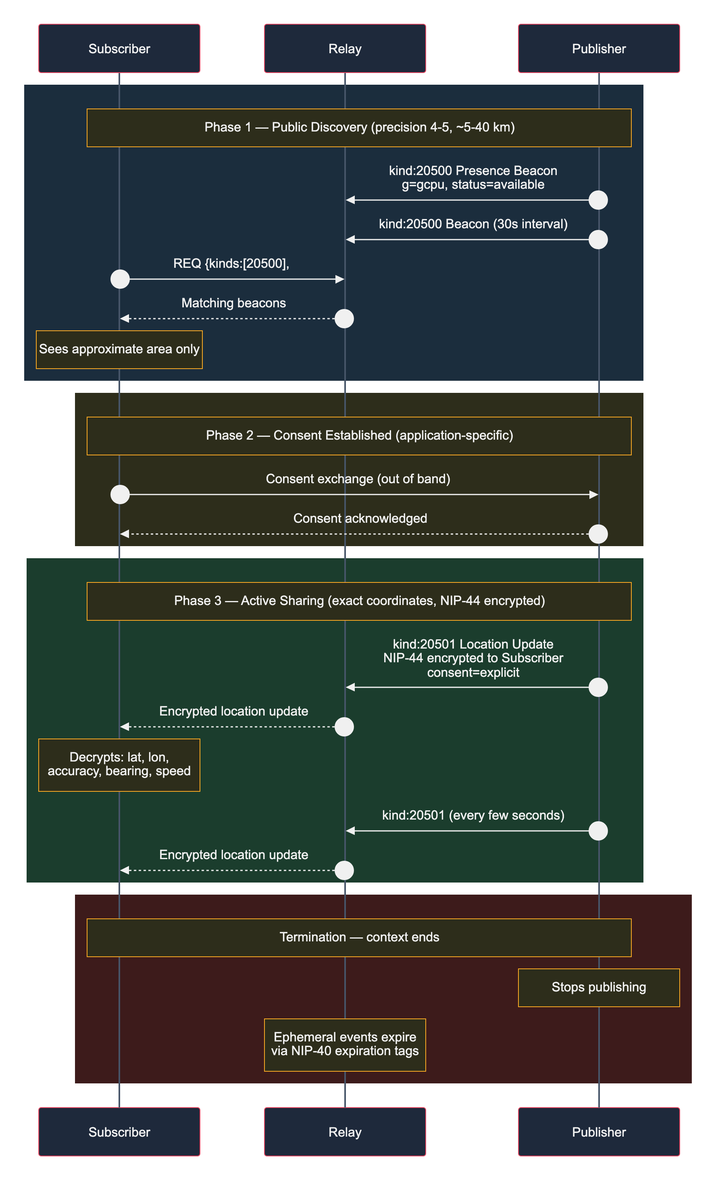
Earlier version of the Mermaid export images/location-1-progressive-reveal.png (forgesworn/nip-drafts). Its source is kept beside it as images/location-1-progressive-reveal.mmd. The source it was exported from:
```mermaid
sequenceDiagram
    autonumber
    participant S as Subscriber
    participant R as Relay
    participant P as Publisher

    rect rgb(27, 45, 61)
        Note over S,P: Phase 1 — Public Discovery (precision 4-5, ~5-40 km)
        P->>R: kind:20500 Presence Beacon<br/>g=gcpu, status=available
        P->>R: kind:20500 Beacon (30s interval)
        S->>R: REQ {kinds:[20500], #g:[9-cell neighbours]}
        R-->>S: Matching beacons
        Note over S: Sees approximate area only
    end

    rect rgb(45, 45, 27)
        Note over S,P: Phase 2 — Consent Established (application-specific)
        S->>P: Consent exchange (out of band)
        P-->>S: Consent acknowledged
    end

    rect rgb(27, 61, 45)
        Note over S,P: Phase 3 — Active Sharing (exact coordinates, NIP-44 encrypted)
        P->>R: kind:20501 Location Update<br/>NIP-44 encrypted to Subscriber<br/>consent=explicit
        R-->>S: Encrypted location update
        Note over S: Decrypts: lat, lon,<br/>accuracy, bearing, speed
        P->>R: kind:20501 (every few seconds)
        R-->>S: Encrypted location update
    end

    rect rgb(61, 27, 27)
        Note over S,P: Termination — context ends
        Note over P: Stops publishing
        Note over R: Ephemeral events expire<br/>via NIP-40 expiration tags
    end
```
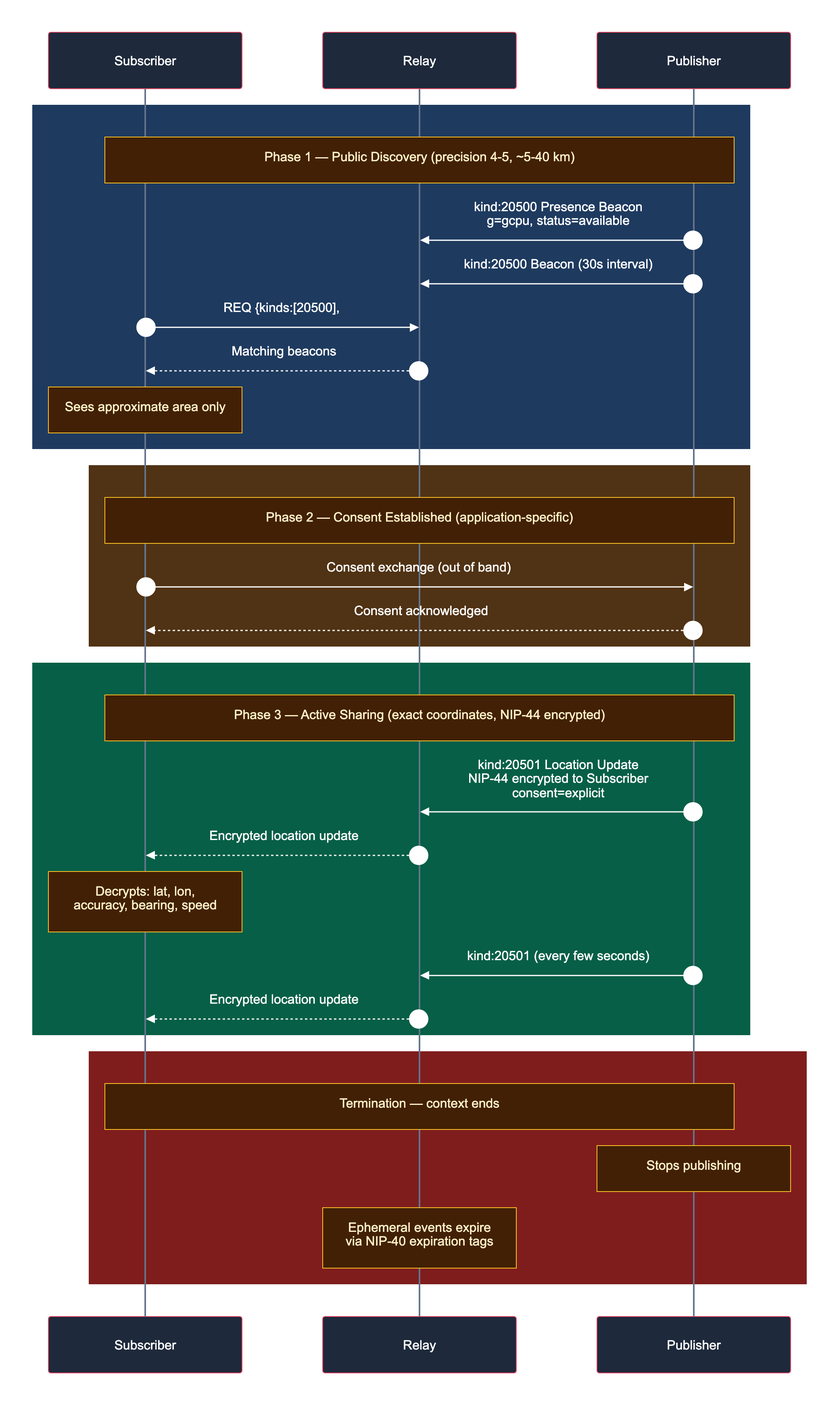
The same diagram one commit later.

What changed in the source:
```diff
@@ -4,7 +4,7 @@
     participant R as Relay
     participant P as Publisher
 
-    rect rgb(27, 45, 61)
+    rect rgb(30, 58, 95)
         Note over S,P: Phase 1 — Public Discovery (precision 4-5, ~5-40 km)
         P->>R: kind:20500 Presence Beacon<br/>g=gcpu, status=available
         P->>R: kind:20500 Beacon (30s interval)
@@ -13,13 +13,13 @@
         Note over S: Sees approximate area only
     end
 
-    rect rgb(45, 45, 27)
+    rect rgb(80, 50, 20)
         Note over S,P: Phase 2 — Consent Established (application-specific)
         S->>P: Consent exchange (out of band)
         P-->>S: Consent acknowledged
     end
 
-    rect rgb(27, 61, 45)
+    rect rgb(6, 95, 70)
         Note over S,P: Phase 3 — Active Sharing (exact coordinates, NIP-44 encrypted)
         P->>R: kind:20501 Location Update<br/>NIP-44 encrypted to Subscriber<br/>consent=explicit
         R-->>S: Encrypted location update
@@ -28,7 +28,7 @@
         R-->>S: Encrypted location update
     end
 
-    rect rgb(61, 27, 27)
+    rect rgb(127, 29, 29)
         Note over S,P: Termination — context ends
         Note over P: Stops publishing
         Note over R: Ephemeral events expire<br/>via NIP-40 expiration tags
```
